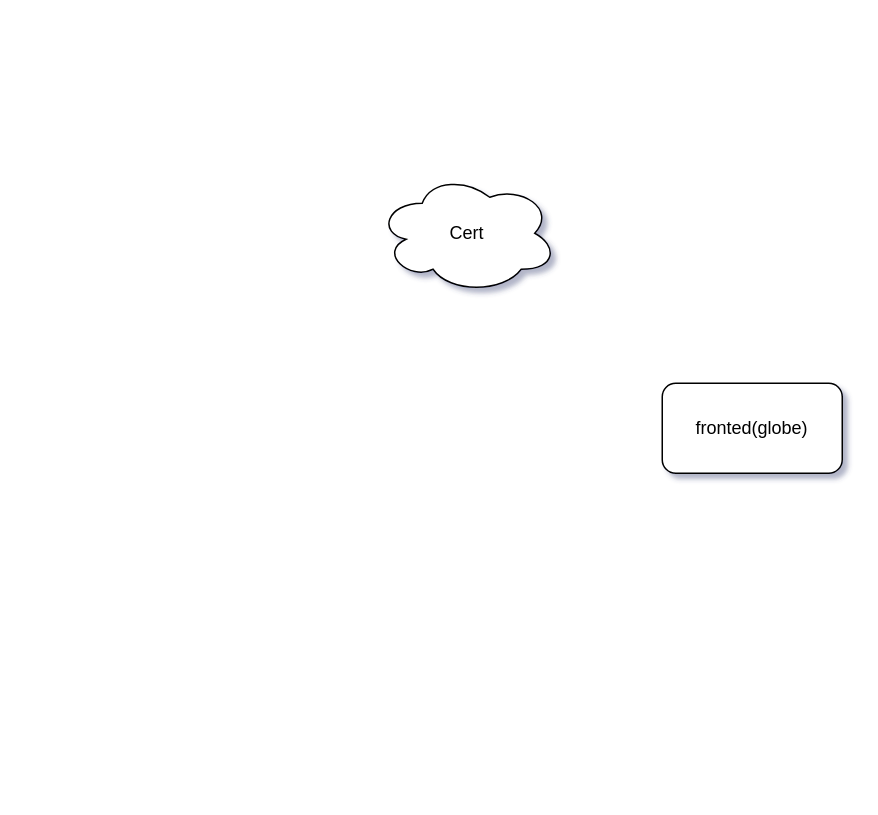
The draw.io diagram docs/art.drawio in Abhi13-02/internet-globe, before the edit. Source tidied: cells renumbered, new cells numbered last; positions are measured from the earlier drawing's top-left corner, leaving out a move shared by most shapes. Both pictures are drawn from the tidied source at 150%, with x=0, y=0 at pixel (376, 172).
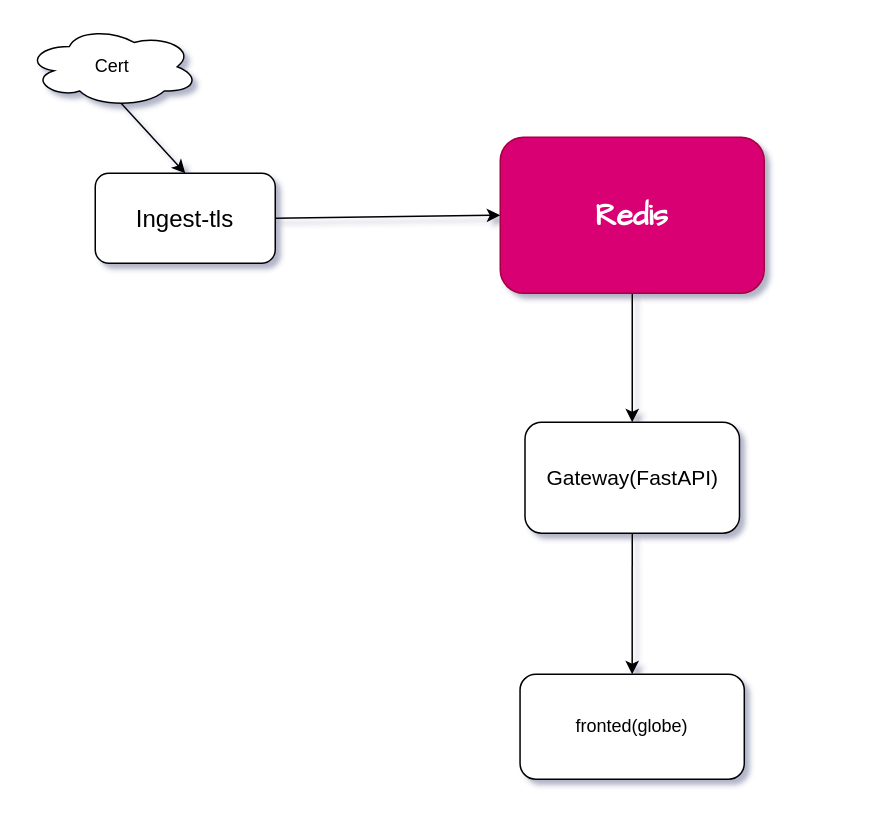
After the change.

Diff of the diagram source:
```diff
@@
 <mxGraphModel shadow="1">
   <root>
     <mxCell id="0" />
     <mxCell id="1" parent="0" />
     <mxCell id="2" value="fronted(globe)" style="rounded=1;whiteSpace=wrap;html=1;" parent="1" vertex="1">
-      <mxGeometry x="190" y="140" width="120" height="60" as="geometry" />
+      <mxGeometry x="95.2" y="334" width="149.5" height="70" as="geometry" />
     </mxCell>
+    <mxCell id="4" style="edgeStyle=none;html=1;exitX=0.55;exitY=0.95;exitDx=0;exitDy=0;exitPerimeter=0;entryX=0.5;entryY=0;entryDx=0;entryDy=0;" parent="1" edge="1" source="3" target="8">
+      <mxGeometry relative="1" as="geometry" />
+    </mxCell>
     <mxCell id="3" value="Cert" style="ellipse;shape=cloud;whiteSpace=wrap;html=1;" parent="1" vertex="1">
-      <mxGeometry width="120" height="80" as="geometry" />
+      <mxGeometry x="-234" y="-98" width="115" height="54" as="geometry" />
     </mxCell>
+    <mxCell id="5" style="edgeStyle=none;html=1;entryX=0.5;entryY=0;entryDx=0;entryDy=0;" parent="1" edge="1" source="6" target="10">
+      <mxGeometry relative="1" as="geometry" />
+    </mxCell>
+    <mxCell id="6" value="Redis" style="rounded=1;whiteSpace=wrap;html=1;fillColor=light-dark(#D80073,#CC0066);fontColor=#ffffff;strokeColor=#A50040;fontStyle=1;fontSize=20;fontFamily=Comic Sans MS;" parent="1" vertex="1">
+      <mxGeometry x="82" y="-24" width="176" height="104" as="geometry" />
+    </mxCell>
+    <mxCell id="7" style="edgeStyle=none;html=1;exitX=1;exitY=0.5;exitDx=0;exitDy=0;entryX=0;entryY=0.5;entryDx=0;entryDy=0;" parent="1" edge="1" source="8" target="6">
+      <mxGeometry relative="1" as="geometry" />
+    </mxCell>
+    <mxCell id="8" value="Ingest-tls" style="rounded=1;whiteSpace=wrap;html=1;fontSize=16;" parent="1" vertex="1">
+      <mxGeometry x="-188" width="120" height="60" as="geometry" />
+    </mxCell>
+    <mxCell id="9" style="edgeStyle=none;html=1;entryX=0.5;entryY=0;entryDx=0;entryDy=0;" parent="1" edge="1" source="10" target="2">
+      <mxGeometry relative="1" as="geometry" />
+    </mxCell>
+    <mxCell id="10" value="Gateway(FastAPI)" style="rounded=1;whiteSpace=wrap;html=1;fontSize=14;" parent="1" vertex="1">
+      <mxGeometry x="98.5" y="166" width="143" height="74" as="geometry" />
+    </mxCell>
   </root>
 </mxGraphModel>
```
